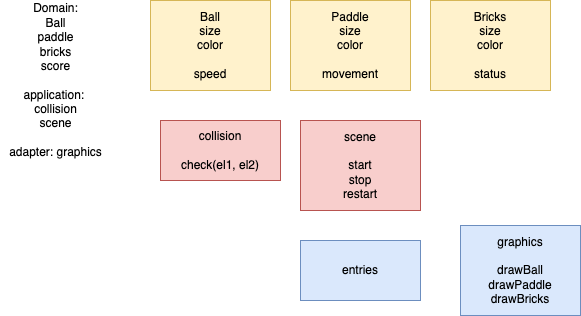
The draw.io diagram doc.drawio.png in nialvi/breakoutjs, before a commit. Source tidied: cells renumbered, new cells last; positions are measured from the earlier drawing's top-left corner, leaving out a move shared by most shapes.
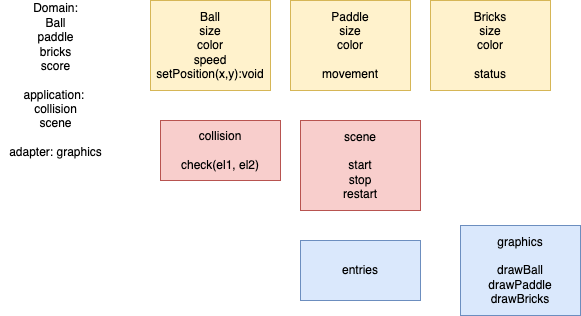
The same file after the commit.

The edit, as a diff of the source:
```diff
@@ -8,7 +8,7 @@
     <mxCell id="3" value="Domain:&lt;br&gt;Ball&lt;br&gt;paddle&lt;br&gt;bricks&lt;br&gt;score&lt;br&gt;&lt;br&gt;application: &lt;br&gt;collision&lt;br&gt;scene&lt;br&gt;&lt;br&gt;adapter: graphics" style="text;html=1;align=center;verticalAlign=middle;strokeColor=none;fillColor=none;" parent="1" vertex="1">
       <mxGeometry width="110" height="160" as="geometry" />
     </mxCell>
-    <mxCell id="4" value="Ball&lt;br&gt;size&lt;br&gt;color&lt;br&gt;&lt;br&gt;speed" style="whiteSpace=wrap;html=1;fillColor=#fff2cc;strokeColor=#d6b656;" parent="1" vertex="1">
+    <mxCell id="4" value="Ball&lt;br&gt;size&lt;br&gt;color&lt;br&gt;speed&lt;br&gt;setPosition(x,y):void" style="whiteSpace=wrap;html=1;fillColor=#fff2cc;strokeColor=#d6b656;" parent="1" vertex="1">
       <mxGeometry x="150" width="120" height="90" as="geometry" />
     </mxCell>
     <mxCell id="5" value="Bricks&lt;br&gt;size&lt;br&gt;color&lt;br&gt;&lt;br&gt;status" style="whiteSpace=wrap;html=1;fillColor=#fff2cc;strokeColor=#d6b656;" parent="1" vertex="1">
```
